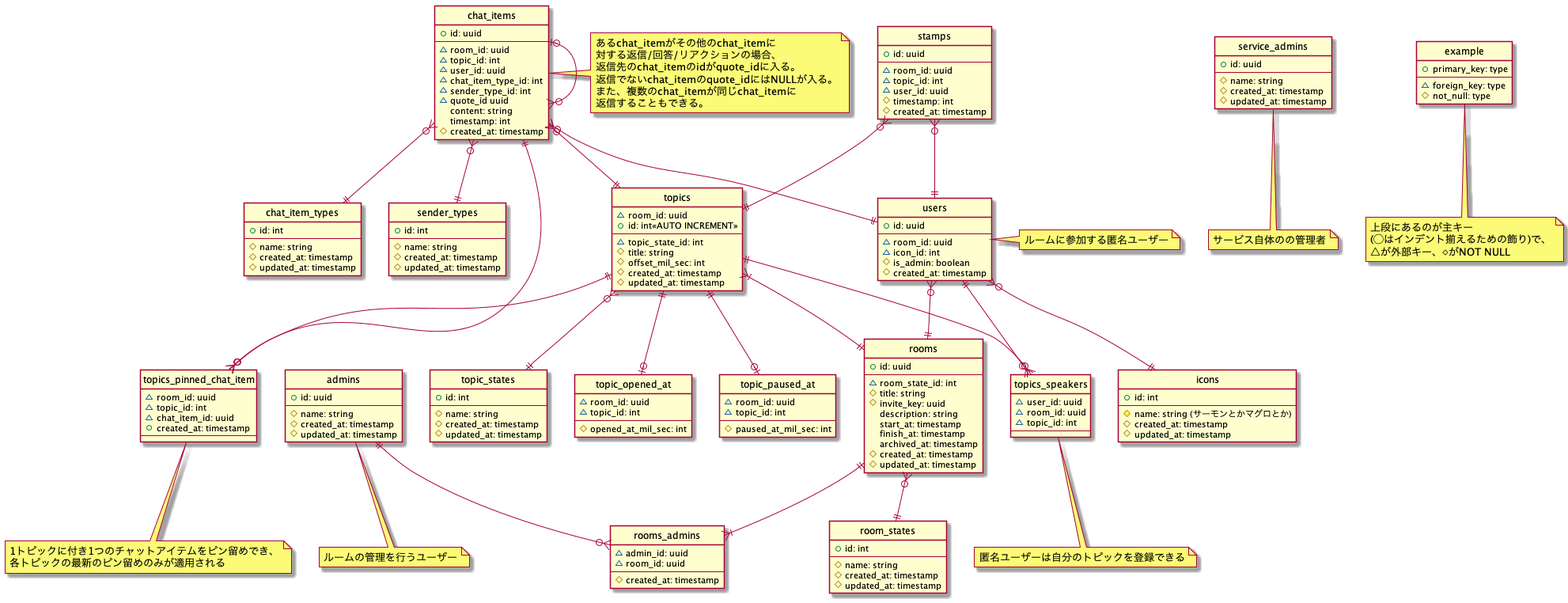
The PlantUML diagram doc/ER/ER_logic.png in osushi-academy/sushi-chat, before a commit.
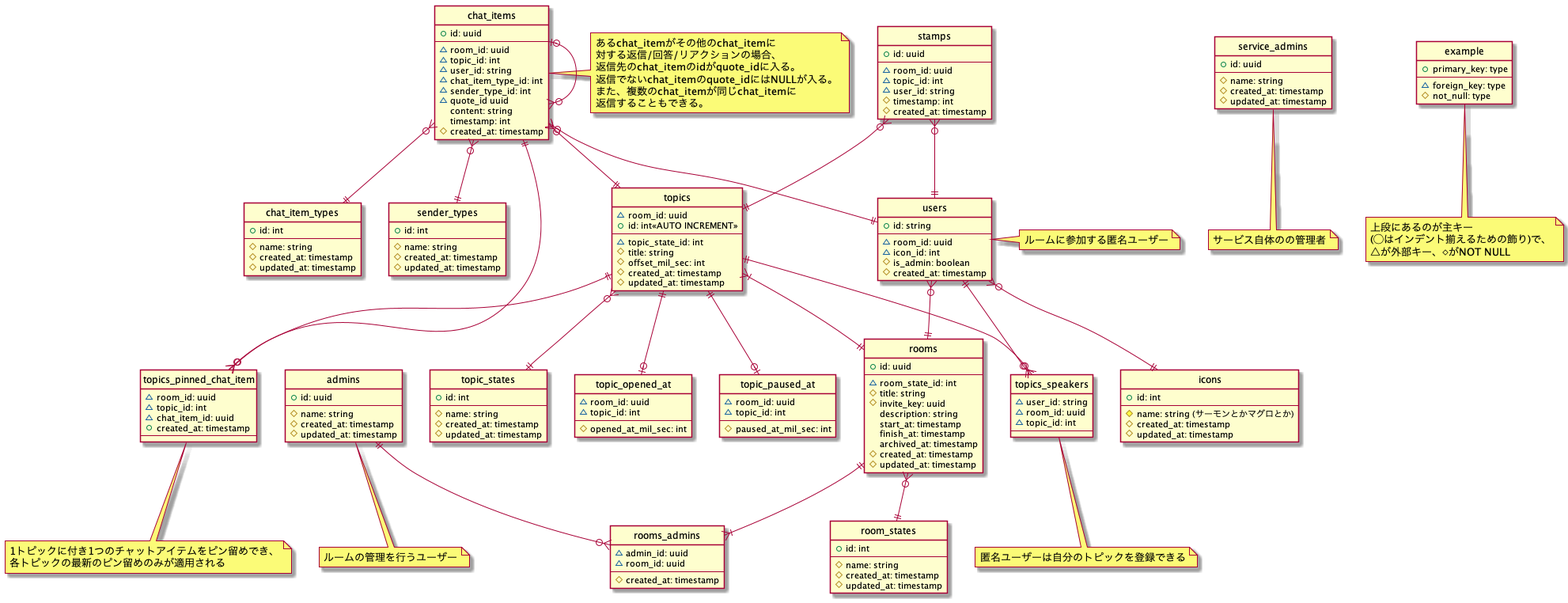
Later version of the same file.

What changed in the source:
```diff
@@ -4,7 +4,7 @@
 skinparam inetype ortho
 
 entity users {
-    +id: uuid
+    +id: string
     --
     ~room_id: uuid
     ~icon_id: int
@@ -14,7 +14,7 @@
 note right: ルームに参加する匿名ユーザー
 
 entity topics_speakers{
-    ~user_id: uuid
+    ~user_id: string
     ~room_id: uuid
     ~topic_id: int
     --
@@ -126,7 +126,7 @@
     --
     ~room_id: uuid
     ~topic_id: int
-    ~user_id: uuid
+    ~user_id: string
     ~chat_item_type_id: int
     ~sender_type_id: int
     ~quote_id uuid
@@ -164,7 +164,7 @@
     --
     ~room_id: uuid
     ~topic_id: int
-    ~user_id: uuid
+    ~user_id: string
     #timestamp: int
     #created_at: timestamp
 }
```
